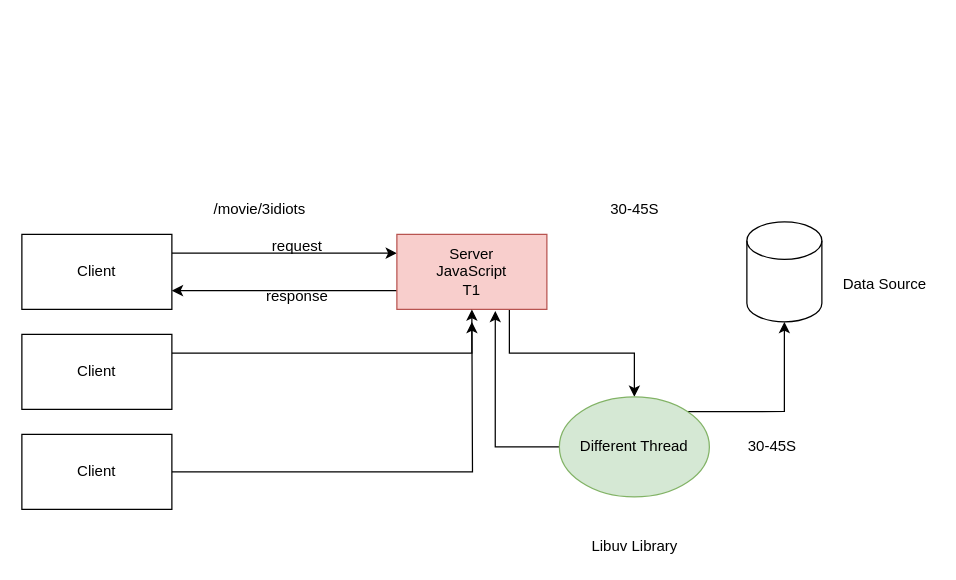
Above: page "Page-1" (1 of 17) of refs/diagrams.drawio in synergy2411/mar-22-brillo (draw.io), before the change. Source tidied: cells renumbered, new cells numbered last; positions are measured from the earlier drawing's top-left corner, leaving out a move shared by most shapes. Both pictures are drawn from the tidied source at 125%, with x=0, y=0 at pixel (21, 196).
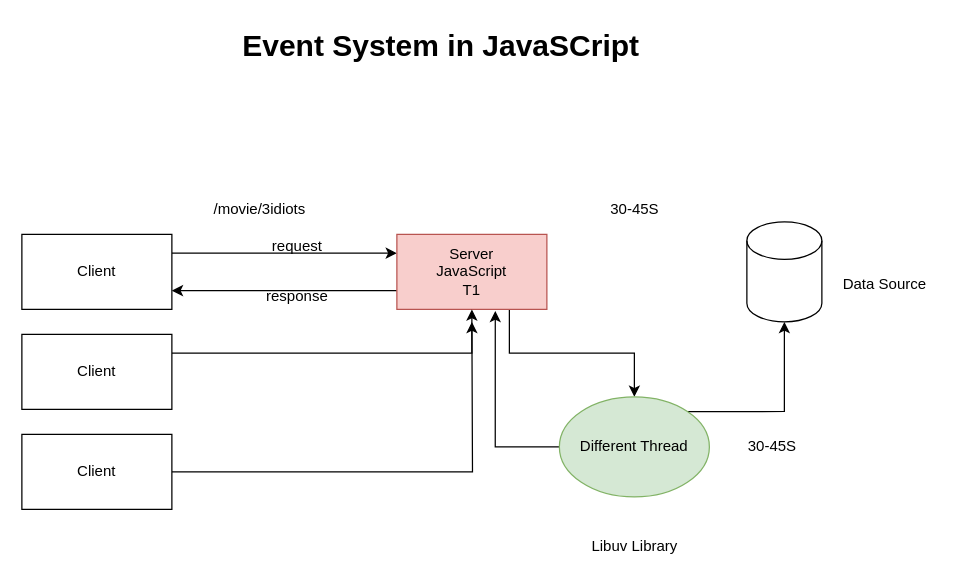
Above is the later version.

What changed in the source:
```diff
@@
+    <mxCell id="22" value="Event System in JavaSCript" style="text;strokeColor=none;fillColor=none;html=1;fontSize=24;fontStyle=1;verticalAlign=middle;align=center;" parent="1" vertex="1">
+      <mxGeometry x="285" y="-140" width="100" height="40" as="geometry" />
+    </mxCell>
```
